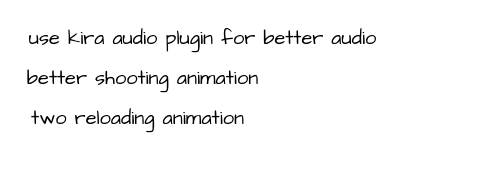
Before: plans.drawio in HasChad/bevy-shooting-range, a draw.io diagram. Source tidied: cells renumbered, new cells numbered last; positions are measured from the earlier drawing's top-left corner, leaving out a move shared by most shapes. Both pictures are drawn from the tidied source at 100%, with x=0, y=0 at pixel (17, 17).
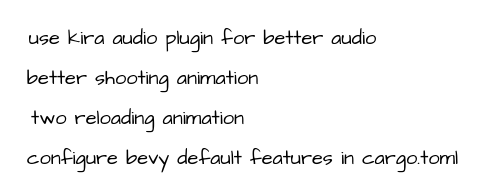
Above is the later version.

Diff of the diagram source:
```diff
@@
 <mxGraphModel>
   <root>
     <mxCell id="0" />
     <mxCell id="1" parent="0" />
     <mxCell id="2" value="use kira audio plugin for better audio" style="text;html=1;align=center;verticalAlign=middle;strokeColor=none;fillColor=none;fontSize=20;fontFamily=Architects Daughter;sketch=1;hachureGap=4;jiggle=2;curveFitting=1;" parent="1" vertex="1">
       <mxGeometry width="370" height="40" as="geometry" />
     </mxCell>
     <mxCell id="3" value="better shooting animation" style="text;html=1;align=center;verticalAlign=middle;strokeColor=none;fillColor=none;fontSize=20;fontFamily=Architects Daughter;sketch=1;hachureGap=4;jiggle=2;curveFitting=1;" parent="1" vertex="1">
       <mxGeometry y="40" width="250" height="40" as="geometry" />
     </mxCell>
     <mxCell id="4" value="two reloading animation" style="text;html=1;align=center;verticalAlign=middle;strokeColor=none;fillColor=none;fontSize=20;fontFamily=Architects Daughter;sketch=1;hachureGap=4;jiggle=2;curveFitting=1;" parent="1" vertex="1">
       <mxGeometry y="80" width="240" height="40" as="geometry" />
     </mxCell>
+    <mxCell id="5" value="configure bevy default features in cargo.toml&lt;br&gt;" style="text;html=1;align=center;verticalAlign=middle;strokeColor=none;fillColor=none;fontSize=20;fontFamily=Architects Daughter;sketch=1;hachureGap=4;jiggle=2;curveFitting=1;" parent="1" vertex="1">
+      <mxGeometry y="120" width="450" height="40" as="geometry" />
+    </mxCell>
   </root>
 </mxGraphModel>
```
